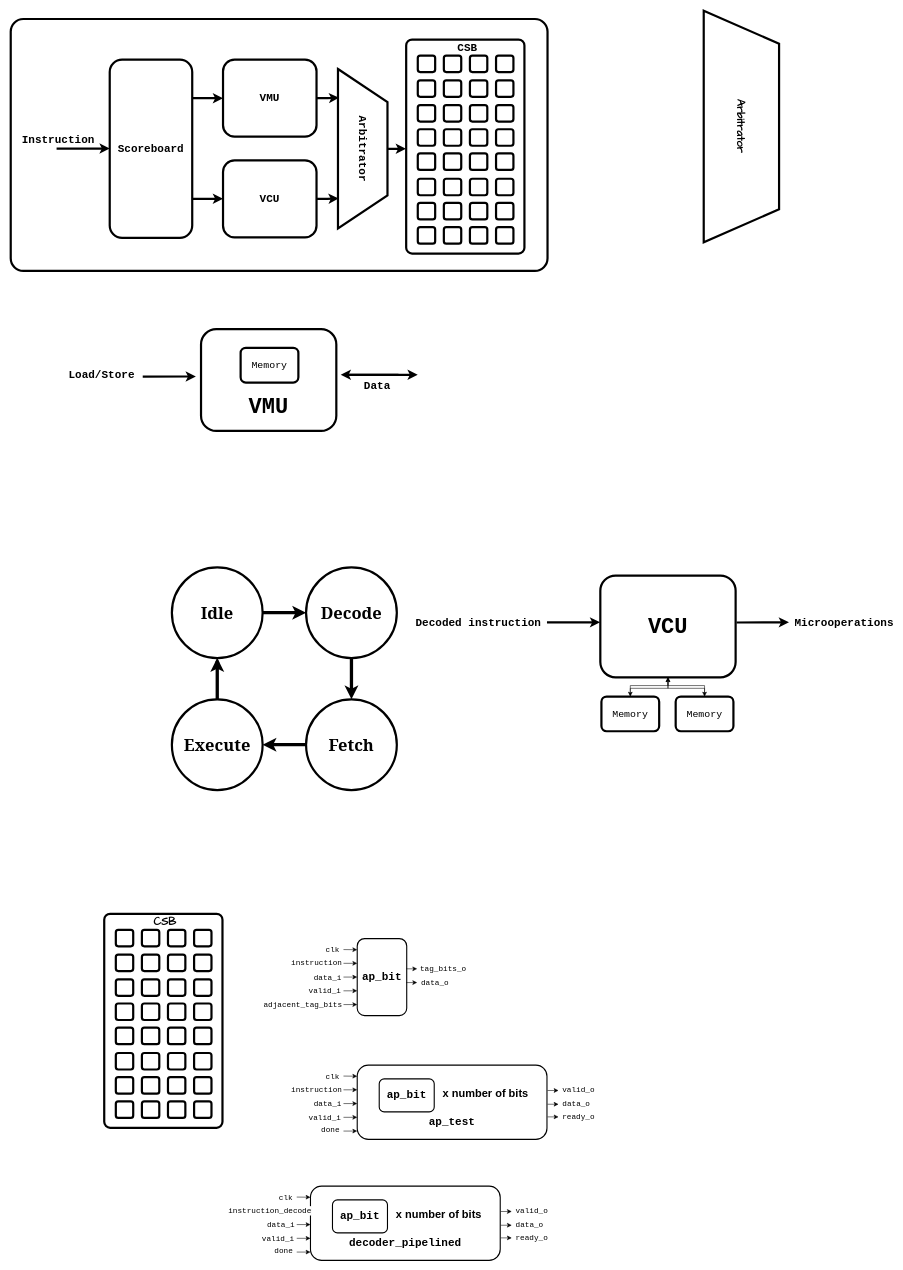
This is cornell.drawio from limited-fion/drawio, a draw.io file, before an edit. Source tidied: cells renumbered, new cells numbered last; positions are measured from the earlier drawing's top-left corner, leaving out a move shared by most shapes. Both pictures are drawn from the tidied source at 55%, with x=0, y=0 at pixel (10, 19).
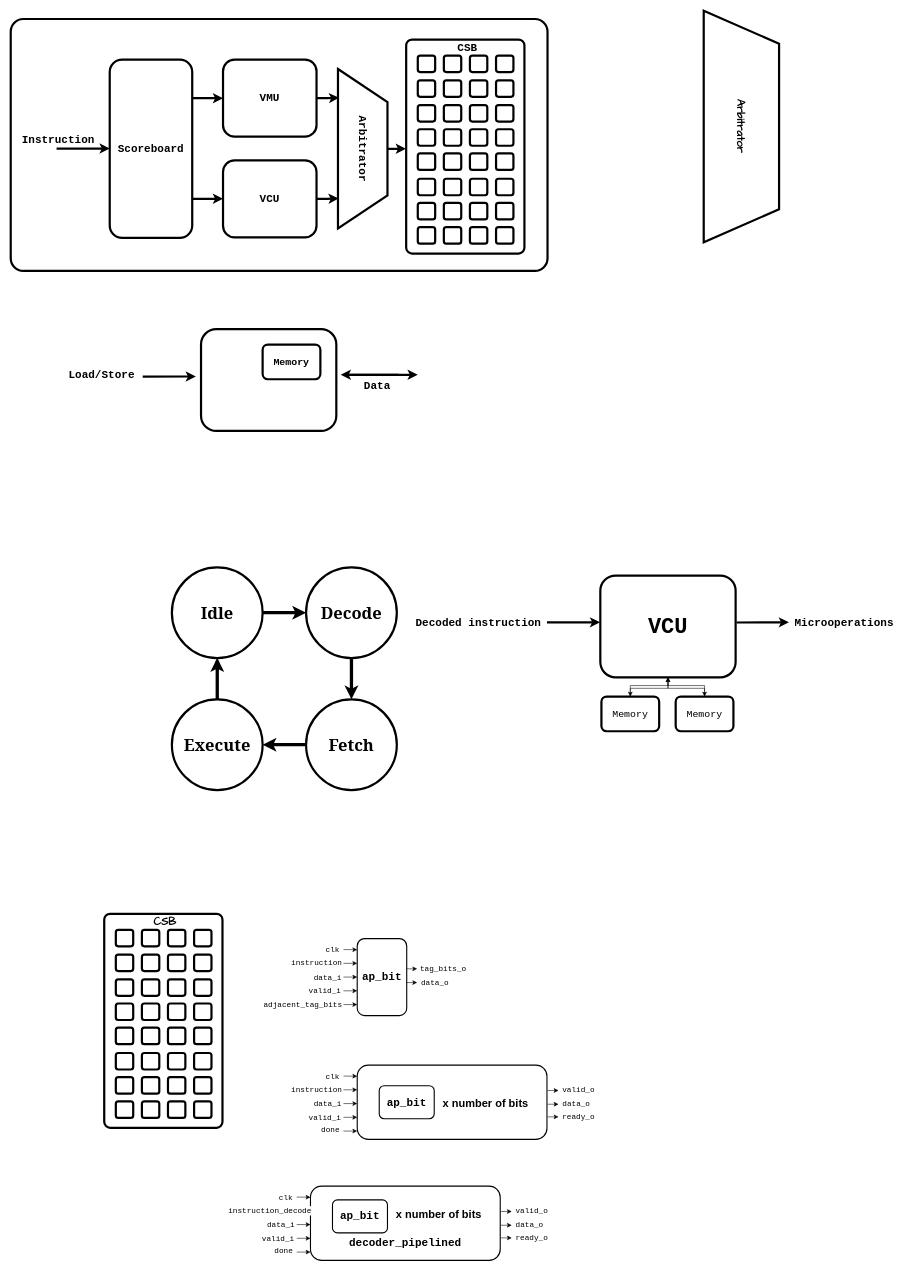
Above is the later version.

Change to the diagram source:
```diff
@@
-    <mxCell id="57" value="&lt;br&gt;&lt;br&gt;VMU" style="rounded=1;whiteSpace=wrap;html=1;fontSize=40;fontFamily=Courier New;labelBorderColor=none;strokeWidth=4;fontStyle=1;" parent="1" vertex="1">
+    <mxCell id="57" style="rounded=1;whiteSpace=wrap;html=1;fontSize=40;fontFamily=Courier New;labelBorderColor=none;strokeWidth=4;fontStyle=1;" parent="1" vertex="1">
       <mxGeometry x="346" y="564" width="246" height="185" as="geometry" />
     </mxCell>
-    <mxCell id="58" value="Memory" style="rounded=1;whiteSpace=wrap;html=1;fontSize=18;fontFamily=Courier New;strokeWidth=4;" parent="1" vertex="1">
-      <mxGeometry x="418" y="598" width="105" height="63" as="geometry" />
+    <mxCell id="58" value="Memory" style="rounded=1;whiteSpace=wrap;html=1;fontSize=18;fontFamily=Courier New;strokeWidth=4;fontStyle=1;" parent="1" vertex="1">
+      <mxGeometry x="458" y="592" width="105" height="63" as="geometry" />
     </mxCell>
@@
-    <mxCell id="127" value="&lt;br&gt;&lt;br&gt;&lt;br&gt;ap_test" style="rounded=1;whiteSpace=wrap;html=1;fontFamily=Courier New;fontSize=20;labelBorderColor=none;strokeWidth=2;fontStyle=1;" parent="1" vertex="1">
+    <mxCell id="127" style="rounded=1;whiteSpace=wrap;html=1;fontFamily=Courier New;fontSize=20;labelBorderColor=none;strokeWidth=2;fontStyle=1;" parent="1" vertex="1">
       <mxGeometry x="630" y="1902" width="345" height="135" as="geometry" />
     </mxCell>
@@
     <mxCell id="142" value="ap_bit" style="rounded=1;whiteSpace=wrap;html=1;fontFamily=Courier New;fontSize=20;labelBorderColor=none;strokeWidth=2;fontStyle=1;" parent="1" vertex="1">
-      <mxGeometry x="670" y="1927" width="100" height="60" as="geometry" />
+      <mxGeometry x="670" y="1939.5" width="100" height="60" as="geometry" />
     </mxCell>
@@
     <mxCell id="145" value="x number of bits" style="text;html=1;align=center;verticalAlign=middle;strokeColor=none;fillColor=none;fontStyle=1;fontSize=20;" parent="1" vertex="1">
-      <mxGeometry x="775" y="1932" width="175" height="40" as="geometry" />
+      <mxGeometry x="775" y="1949.5" width="175" height="40" as="geometry" />
     </mxCell>
```
